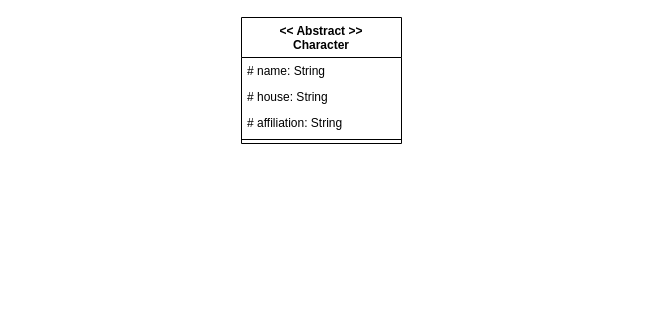
laurasultan/java keeps this draw.io diagram as hp.drawio. Above is the earlier version. Source tidied: cells renumbered, new cells numbered last; positions are measured from the earlier drawing's top-left corner, leaving out a move shared by most shapes. Both pictures are drawn from the tidied source at 100%, with x=0, y=0 at pixel (241, 17).
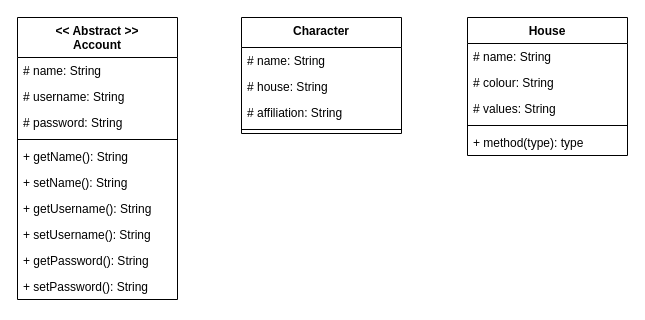
The same diagram, later.

Diff of the diagram source:
```diff
@@
-    <mxCell id="2" value="&lt;div&gt;&amp;lt;&amp;lt; Abstract &amp;gt;&amp;gt;&lt;/div&gt;&lt;div&gt;Character&lt;br&gt;&lt;/div&gt;" style="swimlane;fontStyle=1;align=center;verticalAlign=top;horizontal=1;startSize=40;whiteSpace=wrap;html=1;" parent="1" vertex="1">
-      <mxGeometry width="160" height="126" as="geometry" />
+    <mxCell id="2" value="&lt;div&gt;Character&lt;br&gt;&lt;/div&gt;" style="swimlane;fontStyle=1;align=center;verticalAlign=top;horizontal=1;startSize=30;whiteSpace=wrap;html=1;" parent="1" vertex="1">
+      <mxGeometry width="160" height="116" as="geometry" />
     </mxCell>
     <mxCell id="3" value="# name: String" style="text;strokeColor=none;fillColor=none;align=left;verticalAlign=top;spacingLeft=4;spacingRight=4;overflow=hidden;whiteSpace=wrap;html=1;" parent="2" vertex="1">
-      <mxGeometry y="40" width="160" height="26" as="geometry" />
+      <mxGeometry y="30" width="160" height="26" as="geometry" />
     </mxCell>
     <mxCell id="4" value="# house: String" style="text;strokeColor=none;fillColor=none;align=left;verticalAlign=top;spacingLeft=4;spacingRight=4;overflow=hidden;whiteSpace=wrap;html=1;" parent="2" vertex="1">
-      <mxGeometry y="66" width="160" height="26" as="geometry" />
+      <mxGeometry y="56" width="160" height="26" as="geometry" />
     </mxCell>
     <mxCell id="5" value="# affiliation: String" style="text;strokeColor=none;fillColor=none;align=left;verticalAlign=top;spacingLeft=4;spacingRight=4;overflow=hidden;whiteSpace=wrap;html=1;" parent="2" vertex="1">
-      <mxGeometry y="92" width="160" height="26" as="geometry" />
+      <mxGeometry y="82" width="160" height="26" as="geometry" />
     </mxCell>
     <mxCell id="6" style="line;strokeWidth=1;fillColor=none;align=left;verticalAlign=middle;spacingTop=-1;spacingLeft=3;spacingRight=3;labelPosition=right;strokeColor=inherit;" parent="2" vertex="1">
-      <mxGeometry y="118" width="160" height="8" as="geometry" />
+      <mxGeometry y="108" width="160" height="8" as="geometry" />
     </mxCell>
+    <mxCell id="7" value="&lt;div&gt;&amp;lt;&amp;lt; Abstract &amp;gt;&amp;gt;&lt;/div&gt;&lt;div&gt;Account&lt;br&gt;&lt;/div&gt;" style="swimlane;fontStyle=1;align=center;verticalAlign=top;horizontal=1;startSize=40;whiteSpace=wrap;html=1;" parent="1" vertex="1">
+      <mxGeometry x="-224" width="160" height="282" as="geometry" />
+    </mxCell>
+    <mxCell id="8" value="# name: String" style="text;strokeColor=none;fillColor=none;align=left;verticalAlign=top;spacingLeft=4;spacingRight=4;overflow=hidden;whiteSpace=wrap;html=1;" parent="7" vertex="1">
+      <mxGeometry y="40" width="160" height="26" as="geometry" />
+    </mxCell>
+    <mxCell id="9" value="# username: String" style="text;strokeColor=none;fillColor=none;align=left;verticalAlign=top;spacingLeft=4;spacingRight=4;overflow=hidden;whiteSpace=wrap;html=1;" parent="7" vertex="1">
+      <mxGeometry y="66" width="160" height="26" as="geometry" />
+    </mxCell>
+    <mxCell id="10" value="# password: String" style="text;strokeColor=none;fillColor=none;align=left;verticalAlign=top;spacingLeft=4;spacingRight=4;overflow=hidden;whiteSpace=wrap;html=1;" parent="7" vertex="1">
+      <mxGeometry y="92" width="160" height="26" as="geometry" />
+    </mxCell>
+    <mxCell id="11" style="line;strokeWidth=1;fillColor=none;align=left;verticalAlign=middle;spacingTop=-1;spacingLeft=3;spacingRight=3;labelPosition=right;strokeColor=inherit;" parent="7" vertex="1">
+      <mxGeometry y="118" width="160" height="8" as="geometry" />
+    </mxCell>
+    <mxCell id="12" value="+ getName(): String" style="text;strokeColor=none;fillColor=none;align=left;verticalAlign=top;spacingLeft=4;spacingRight=4;overflow=hidden;whiteSpace=wrap;html=1;" parent="7" vertex="1">
+      <mxGeometry y="126" width="160" height="26" as="geometry" />
+    </mxCell>
+    <mxCell id="13" value="+ setName(): String" style="text;strokeColor=none;fillColor=none;align=left;verticalAlign=top;spacingLeft=4;spacingRight=4;overflow=hidden;whiteSpace=wrap;html=1;" parent="7" vertex="1">
+      <mxGeometry y="152" width="160" height="26" as="geometry" />
+    </mxCell>
+    <mxCell id="14" value="+ getUsername(): String" style="text;strokeColor=none;fillColor=none;align=left;verticalAlign=top;spacingLeft=4;spacingRight=4;overflow=hidden;whiteSpace=wrap;html=1;" parent="7" vertex="1">
+      <mxGeometry y="178" width="160" height="26" as="geometry" />
+    </mxCell>
+    <mxCell id="15" value="+ setUsername(): String" style="text;strokeColor=none;fillColor=none;align=left;verticalAlign=top;spacingLeft=4;spacingRight=4;overflow=hidden;whiteSpace=wrap;html=1;" parent="7" vertex="1">
+      <mxGeometry y="204" width="160" height="26" as="geometry" />
+    </mxCell>
+    <mxCell id="16" value="+ getPassword(): String" style="text;strokeColor=none;fillColor=none;align=left;verticalAlign=top;spacingLeft=4;spacingRight=4;overflow=hidden;whiteSpace=wrap;html=1;" parent="7" vertex="1">
+      <mxGeometry y="230" width="160" height="26" as="geometry" />
+    </mxCell>
+    <mxCell id="17" value="+ setPassword(): String" style="text;strokeColor=none;fillColor=none;align=left;verticalAlign=top;spacingLeft=4;spacingRight=4;overflow=hidden;whiteSpace=wrap;html=1;" parent="7" vertex="1">
+      <mxGeometry y="256" width="160" height="26" as="geometry" />
+    </mxCell>
+    <mxCell id="18" value="House" style="swimlane;fontStyle=1;align=center;verticalAlign=top;horizontal=1;startSize=26;whiteSpace=wrap;html=1;" parent="1" vertex="1">
+      <mxGeometry x="226" width="160" height="138" as="geometry" />
+    </mxCell>
+    <mxCell id="19" value="# name: String" style="text;strokeColor=none;fillColor=none;align=left;verticalAlign=top;spacingLeft=4;spacingRight=4;overflow=hidden;whiteSpace=wrap;html=1;" parent="18" vertex="1">
+      <mxGeometry y="26" width="160" height="26" as="geometry" />
+    </mxCell>
+    <mxCell id="20" value="# colour: String" style="text;strokeColor=none;fillColor=none;align=left;verticalAlign=top;spacingLeft=4;spacingRight=4;overflow=hidden;whiteSpace=wrap;html=1;" parent="18" vertex="1">
+      <mxGeometry y="52" width="160" height="26" as="geometry" />
+    </mxCell>
+    <mxCell id="21" value="# values: String" style="text;strokeColor=none;fillColor=none;align=left;verticalAlign=top;spacingLeft=4;spacingRight=4;overflow=hidden;whiteSpace=wrap;html=1;" parent="18" vertex="1">
+      <mxGeometry y="78" width="160" height="26" as="geometry" />
+    </mxCell>
+    <mxCell id="22" style="line;strokeWidth=1;fillColor=none;align=left;verticalAlign=middle;spacingTop=-1;spacingLeft=3;spacingRight=3;labelPosition=right;strokeColor=inherit;" parent="18" vertex="1">
+      <mxGeometry y="104" width="160" height="8" as="geometry" />
+    </mxCell>
+    <mxCell id="23" value="+ method(type): type" style="text;strokeColor=none;fillColor=none;align=left;verticalAlign=top;spacingLeft=4;spacingRight=4;overflow=hidden;whiteSpace=wrap;html=1;" parent="18" vertex="1">
+      <mxGeometry y="112" width="160" height="26" as="geometry" />
+    </mxCell>
```
